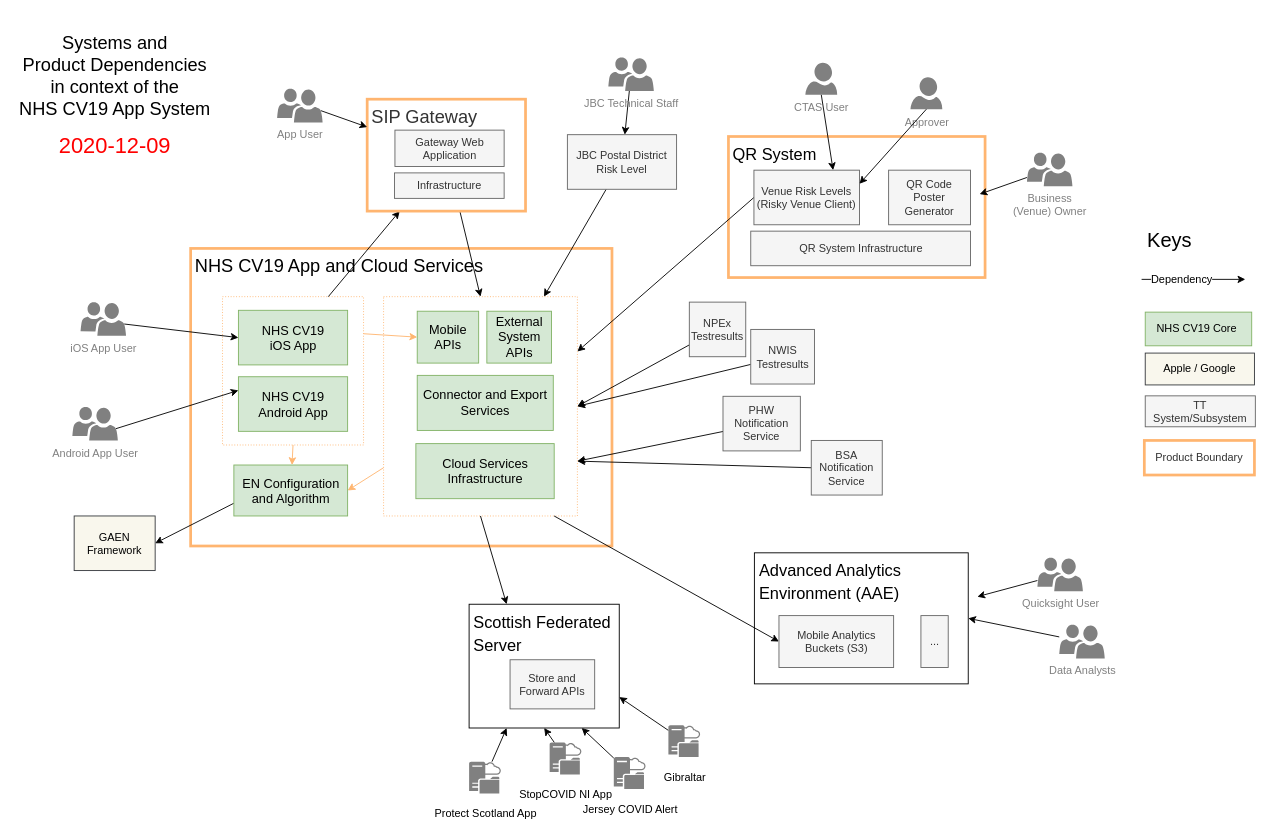
ukhsa-collaboration/covid19-app-system-public keeps this draw.io diagram as page "sys-overview" (1 of 2) of doc/architecture/diagrams/cv19-app-system-architecture.drawio. Above is the earlier version. Source tidied: cells renumbered, new cells numbered last; positions are measured from the earlier drawing's top-left corner, leaving out a move shared by most shapes. Both pictures are drawn from the tidied source at 91%, with x=0, y=0 at pixel (15, 15).
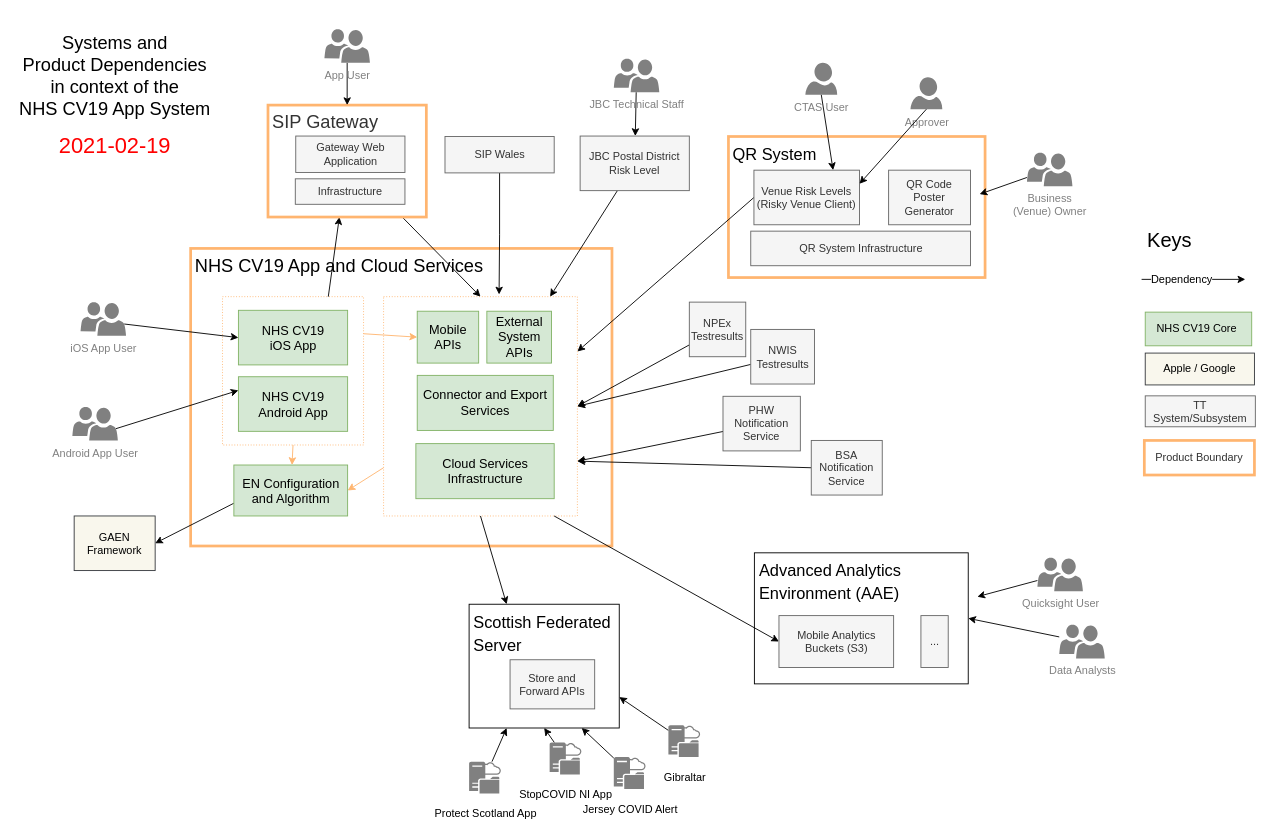
The same page after the edit.

Unchanged cells that the change refers to:
```xml
<mxCell id="3" style="rounded=0;whiteSpace=wrap;html=1;fontSize=16;fillColor=none;verticalAlign=top;align=center;strokeColor=#FFB570;strokeWidth=1;dashed=1;dashPattern=1 2;" parent="1" vertex="1">
  <mxGeometry x="405" y="308.5" width="213" height="241" as="geometry" />
</mxCell>
```

Diff of the diagram source:
```diff
@@
-    <mxCell id="28" value="2020-12-09" style="text;html=1;strokeColor=none;fillColor=none;align=center;verticalAlign=middle;whiteSpace=wrap;rounded=0;dashed=1;fontSize=24;fontColor=#FF0000;" parent="1" vertex="1">
+    <mxCell id="28" value="2021-02-19" style="text;html=1;strokeColor=none;fillColor=none;align=center;verticalAlign=middle;whiteSpace=wrap;rounded=0;dashed=1;fontSize=24;fontColor=#FF0000;" parent="1" vertex="1">
       <mxGeometry x="44.5" y="132.5" width="130" height="20" as="geometry" />
     </mxCell>
@@
     <mxCell id="58" value="JBC Postal District Risk Level" style="rounded=0;whiteSpace=wrap;html=1;fillColor=#f5f5f5;strokeColor=#666666;fontColor=#333333;" parent="1" vertex="1">
-      <mxGeometry x="607" y="130.5" width="120" height="60" as="geometry" />
+      <mxGeometry x="621" y="132" width="120" height="60" as="geometry" />
     </mxCell>
@@
     <mxCell id="60" value="JBC Technical Staff" style="shadow=0;dashed=0;html=1;strokeColor=none;labelPosition=center;verticalLabelPosition=bottom;verticalAlign=top;align=center;shape=mxgraph.mscae.intune.user_group;fontSize=12;fontColor=#808080;fillColor=#808080;" parent="1" vertex="1">
-      <mxGeometry x="652" y="45.5" width="50" height="37" as="geometry" />
+      <mxGeometry x="658" y="46.8" width="50" height="37" as="geometry" />
     </mxCell>
@@
     <mxCell id="74" value="SIP Gateway" style="rounded=0;whiteSpace=wrap;html=1;fontColor=#333333;fontSize=20;verticalAlign=top;align=left;fillColor=none;strokeColor=#FFB570;strokeWidth=3;spacingLeft=3;" parent="1" vertex="1">
-      <mxGeometry x="387" y="91.5" width="174" height="123" as="geometry" />
+      <mxGeometry x="278" y="98" width="174" height="123" as="geometry" />
     </mxCell>
-    <mxCell id="75" style="edgeStyle=none;rounded=0;jettySize=auto;html=1;fontSize=20;exitX=0.96;exitY=0.65;exitDx=0;exitDy=0;exitPerimeter=0;" parent="1" edge="1" source="76" target="74">
+    <mxCell id="75" style="edgeStyle=none;rounded=0;jettySize=auto;html=1;fontSize=20;" parent="1" edge="1" source="76" target="74">
       <mxGeometry relative="1" as="geometry" />
     </mxCell>
     <mxCell id="76" value="App User" style="shadow=0;dashed=0;html=1;strokeColor=none;labelPosition=center;verticalLabelPosition=bottom;verticalAlign=top;align=center;shape=mxgraph.mscae.intune.user_group;fontSize=12;fontColor=#808080;fillColor=#808080;" parent="1" vertex="1">
-      <mxGeometry x="288" y="80" width="50" height="37" as="geometry" />
+      <mxGeometry x="340" y="14.5" width="50" height="37" as="geometry" />
     </mxCell>
     <mxCell id="77" value="Gateway Web Application" style="rounded=0;whiteSpace=wrap;html=1;fillColor=#f5f5f5;strokeColor=#666666;fontColor=#333333;" parent="1" vertex="1">
-      <mxGeometry x="417.5" y="125.5" width="120" height="40" as="geometry" />
+      <mxGeometry x="308.5" y="132" width="120" height="40" as="geometry" />
     </mxCell>
     <mxCell id="78" value="Infrastructure" style="rounded=0;whiteSpace=wrap;html=1;fillColor=#f5f5f5;strokeColor=#666666;fontColor=#333333;" parent="1" vertex="1">
-      <mxGeometry x="417" y="172.5" width="120.5" height="28" as="geometry" />
+      <mxGeometry x="308" y="179" width="120.5" height="28" as="geometry" />
     </mxCell>
+    <mxCell id="79" style="edgeStyle=orthogonalEdgeStyle;rounded=0;jettySize=auto;html=1;entryX=0.596;entryY=-0.01;entryDx=0;entryDy=0;entryPerimeter=0;" parent="1" edge="1" source="80" target="3">
+      <mxGeometry relative="1" as="geometry" />
+    </mxCell>
+    <mxCell id="80" value="SIP Wales" style="rounded=0;whiteSpace=wrap;html=1;fillColor=#f5f5f5;strokeColor=#666666;fontColor=#333333;" parent="1" vertex="1">
+      <mxGeometry x="472.5" y="132.5" width="120" height="40" as="geometry" />
+    </mxCell>
```
